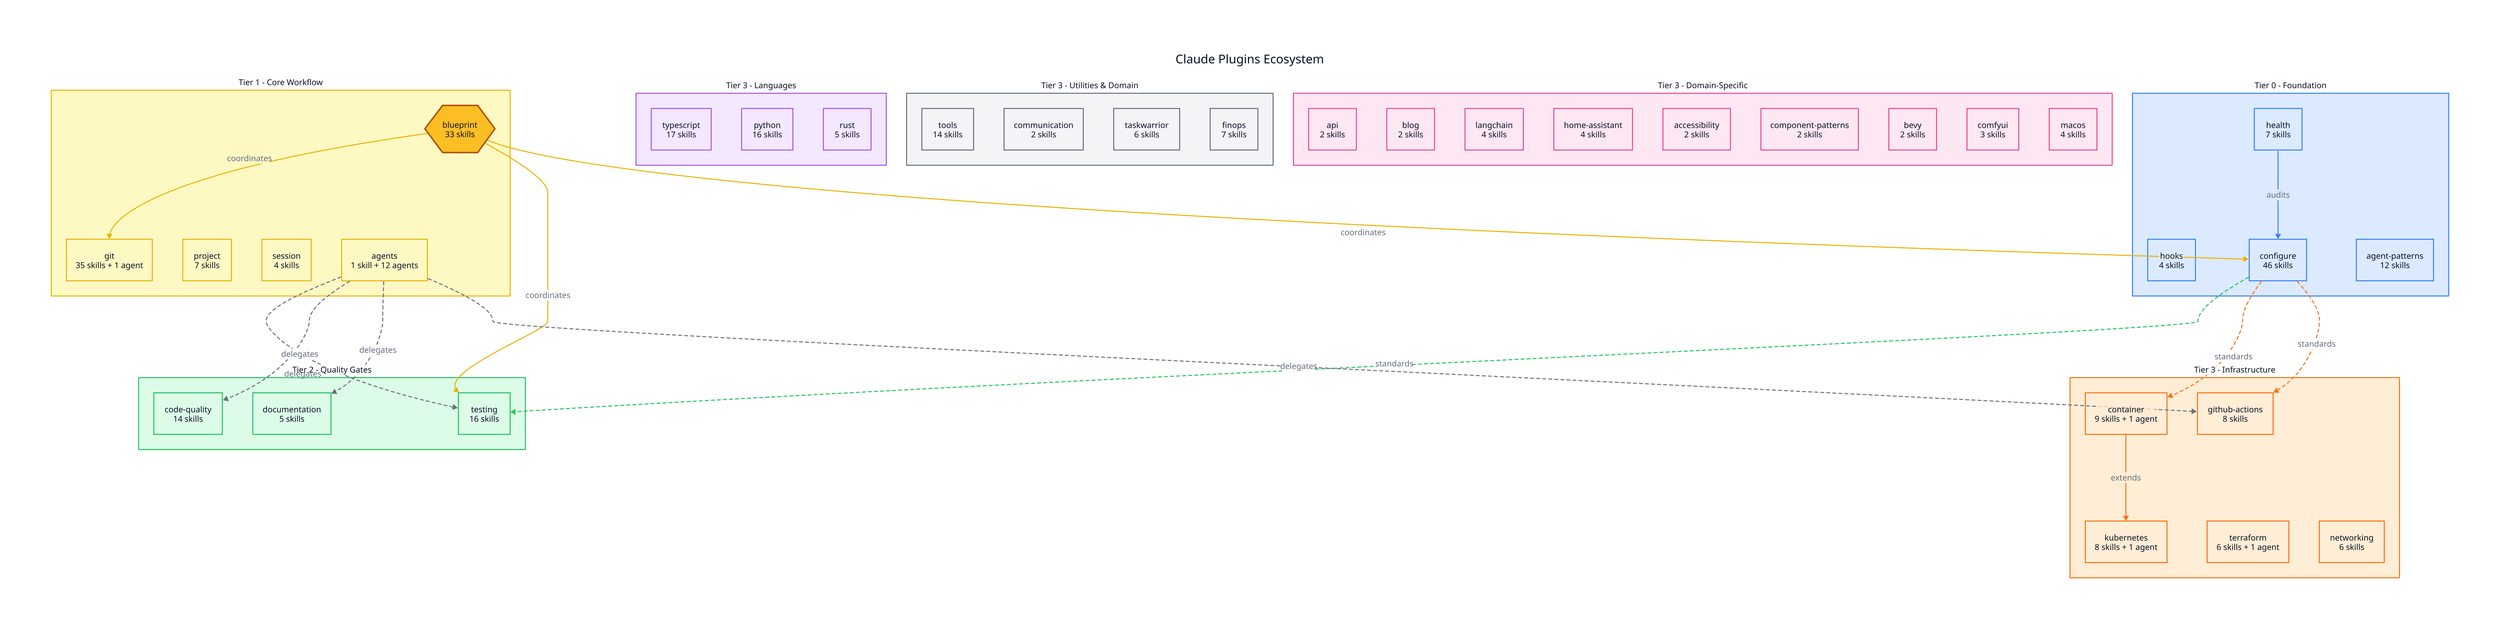
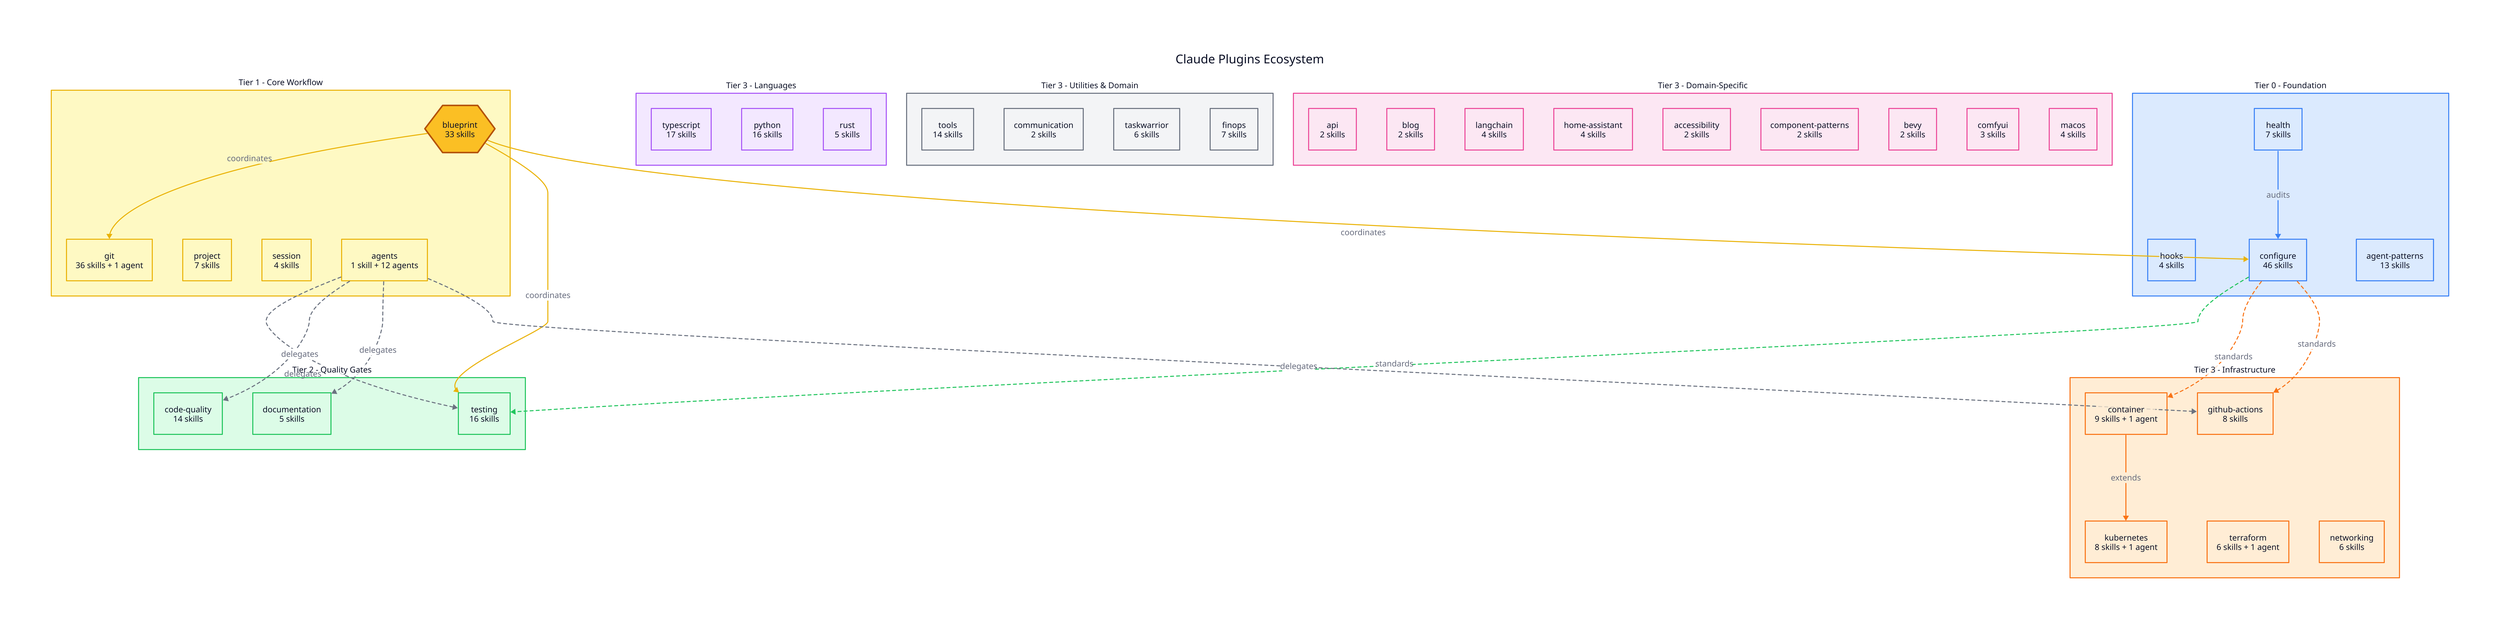
direction: down

title: "Claude Plugins Ecosystem" {
  near: top-center
  shape: text
  style: {
    font-size: 24
    bold: true
  }
}

# === CLASSES ===
classes: {
  foundation: {
    style.fill: "#dbeafe"
    style.stroke: "#3b82f6"
  }
  core: {
    style.fill: "#fef9c3"
    style.stroke: "#eab308"
  }
  quality: {
    style.fill: "#dcfce7"
    style.stroke: "#22c55e"
  }
  language: {
    style.fill: "#f3e8ff"
    style.stroke: "#a855f7"
  }
  infra: {
    style.fill: "#ffedd5"
    style.stroke: "#f97316"
  }
  utility: {
    style.fill: "#f3f4f6"
    style.stroke: "#6b7280"
  }
  domain: {
    style.fill: "#fce7f3"
    style.stroke: "#ec4899"
  }
}

# === TIER 0: FOUNDATION ===
foundation: {
  label: "Tier 0 - Foundation"
  class: foundation
  style.font-size: 16
  style.bold: true

  health: {
    label: "health\n7 skills"
    shape: rectangle
    class: foundation
  }
  hooks: {
    label: "hooks\n4 skills"
    shape: rectangle
    class: foundation
  }
  configure: {
    label: "configure\n46 skills"
    shape: rectangle
    class: foundation
  }
  agent-patterns: {
-     label: "agent-patterns\n12 skills"
+     label: "agent-patterns\n13 skills"
    shape: rectangle
    class: foundation
  }
}

# === TIER 1: CORE WORKFLOW ===
core: {
  label: "Tier 1 - Core Workflow"
  class: core
  style.font-size: 16
  style.bold: true

  blueprint: {
    label: "blueprint\n33 skills"
    shape: hexagon
    style.fill: "#fbbf24"
    style.stroke: "#b45309"
    style.stroke-width: 3
  }
  git: {
-     label: "git\n35 skills + 1 agent"
+     label: "git\n36 skills + 1 agent"
    shape: rectangle
    class: core
  }
  project: {
    label: "project\n7 skills"
    shape: rectangle
    class: core
  }
  session: {
    label: "session\n4 skills"
    shape: rectangle
    class: core
  }
  agents: {
    label: "agents\n1 skill + 12 agents"
    shape: rectangle
    class: core
  }
}

# === TIER 2: QUALITY GATES ===
quality: {
  label: "Tier 2 - Quality Gates"
  class: quality
  style.font-size: 16
  style.bold: true

  testing: {
    label: "testing\n16 skills"
    shape: rectangle
    class: quality
  }
  code-quality: {
    label: "code-quality\n14 skills"
    shape: rectangle
    class: quality
  }
  documentation: {
    label: "documentation\n5 skills"
    shape: rectangle
    class: quality
  }
}

# === TIER 3: LANGUAGE ===
language: {
  label: "Tier 3 - Languages"
  class: language
  style.font-size: 16
  style.bold: true

  typescript: {
    label: "typescript\n17 skills"
    shape: rectangle
    class: language
  }
  python: {
    label: "python\n16 skills"
    shape: rectangle
    class: language
  }
  rust: {
    label: "rust\n5 skills"
    shape: rectangle
    class: language
  }
}

# === TIER 3: INFRASTRUCTURE ===
infra: {
  label: "Tier 3 - Infrastructure"
  class: infra
  style.font-size: 16
  style.bold: true

  container: {
    label: "container\n9 skills + 1 agent"
    shape: rectangle
    class: infra
  }
  kubernetes: {
    label: "kubernetes\n8 skills + 1 agent"
    shape: rectangle
    class: infra
  }
  terraform: {
    label: "terraform\n6 skills + 1 agent"
    shape: rectangle
    class: infra
  }
  github-actions: {
    label: "github-actions\n8 skills"
    shape: rectangle
    class: infra
  }
  networking: {
    label: "networking\n6 skills"
    shape: rectangle
    class: infra
  }
}

# === TIER 3: UTILITIES & DOMAIN ===
utilities: {
  label: "Tier 3 - Utilities & Domain"
  class: utility
  style.font-size: 16
  style.bold: true

  tools: {
    label: "tools\n14 skills"
    shape: rectangle
    class: utility
  }
  communication: {
    label: "communication\n2 skills"
    shape: rectangle
    class: utility
  }
  taskwarrior: {
    label: "taskwarrior\n6 skills"
    shape: rectangle
    class: utility
  }
  finops: {
    label: "finops\n7 skills"
    shape: rectangle
    class: utility
  }
}

domain: {
  label: "Tier 3 - Domain-Specific"
  class: domain
  style.font-size: 16
  style.bold: true

  api: {
    label: "api\n2 skills"
    shape: rectangle
    class: domain
  }
  blog: {
    label: "blog\n2 skills"
    shape: rectangle
    class: domain
  }
  langchain: {
    label: "langchain\n4 skills"
    shape: rectangle
    class: domain
  }
  home-assistant: {
    label: "home-assistant\n4 skills"
    shape: rectangle
    class: domain
  }
  accessibility: {
    label: "accessibility\n2 skills"
    shape: rectangle
    class: domain
  }
  component-patterns: {
    label: "component-patterns\n2 skills"
    shape: rectangle
    class: domain
  }
  bevy: {
    label: "bevy\n2 skills"
    shape: rectangle
    class: domain
  }
  comfyui: {
    label: "comfyui\n3 skills"
    shape: rectangle
    class: domain
  }
  macos: {
    label: "macos\n4 skills"
    shape: rectangle
    class: domain
  }
}

# === RELATIONSHIPS ===

# Foundation flows
foundation.health -> foundation.configure: "audits" {
  style.stroke: "#3b82f6"
}

# Configure provides standards for
foundation.configure -> quality.testing: "standards" {
  style.stroke: "#22c55e"
  style.stroke-dash: 3
}
foundation.configure -> infra.container: "standards" {
  style.stroke: "#f97316"
  style.stroke-dash: 3
}
foundation.configure -> infra.github-actions: "standards" {
  style.stroke: "#f97316"
  style.stroke-dash: 3
}

# Blueprint coordinates
core.blueprint -> core.git: "coordinates" {
  style.stroke: "#eab308"
}
core.blueprint -> quality.testing: "coordinates" {
  style.stroke: "#eab308"
}
core.blueprint -> foundation.configure: "coordinates" {
  style.stroke: "#eab308"
}

# Agents delegate to
core.agents -> quality.testing: "delegates" {
  style.stroke: "#6b7280"
  style.stroke-dash: 3
}
core.agents -> quality.code-quality: "delegates" {
  style.stroke: "#6b7280"
  style.stroke-dash: 3
}
core.agents -> quality.documentation: "delegates" {
  style.stroke: "#6b7280"
  style.stroke-dash: 3
}
core.agents -> infra.github-actions: "delegates" {
  style.stroke: "#6b7280"
  style.stroke-dash: 3
}

# Infrastructure extends
infra.container -> infra.kubernetes: "extends" {
  style.stroke: "#f97316"
}
